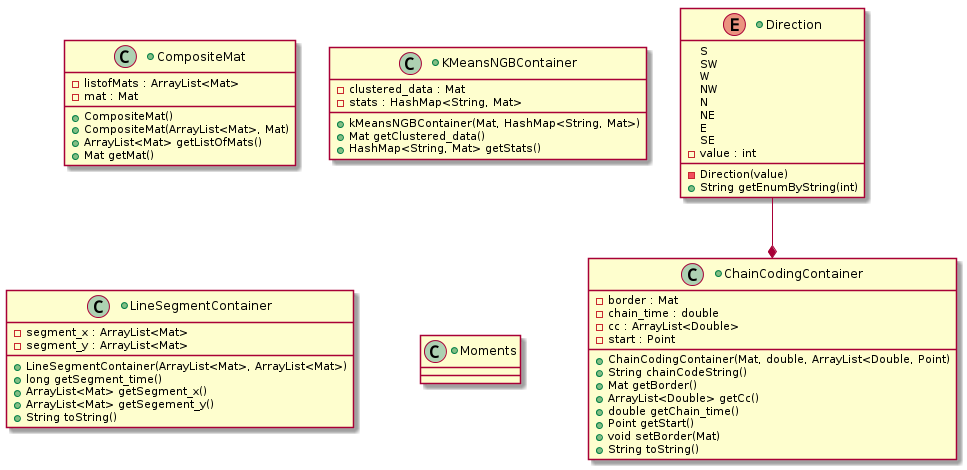
mrobbeloth/obstruction keeps this PlantUML diagram as docs/secondary_model_classes.png. Above is the earlier version.
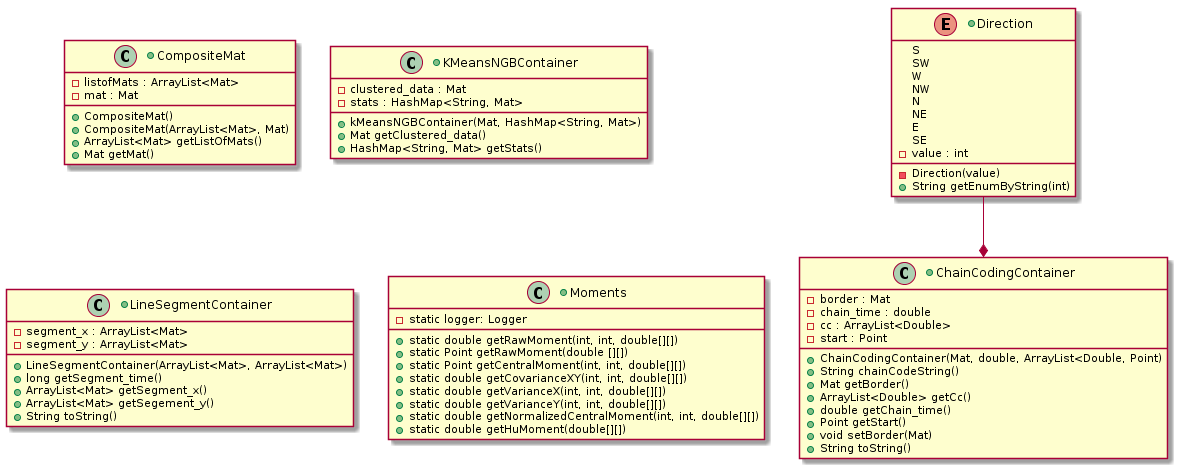
Above is the later version.

Commit message:
Add moments documentation to secondary model classes class diagram

The edit, as a diff of the source:
```diff
@@ -59,6 +59,15 @@
 }
 
 +class Moments {
+    -static logger: Logger
+    +static double getRawMoment(int, int, double[][])
+    +static Point getRawMoment(double [][])
+    +static Point getCentralMoment(int, int, double[][])
+    +static double getCovarianceXY(int, int, double[][])
+    +static double getVarianceX(int, int, double[][])
+    +static double getVarianceY(int, int, double[][])
+    +static double getNormalizedCentralMoment(int, int, double[][])
+    +static double getHuMoment(double[][])
 }
 
 @enduml
```
